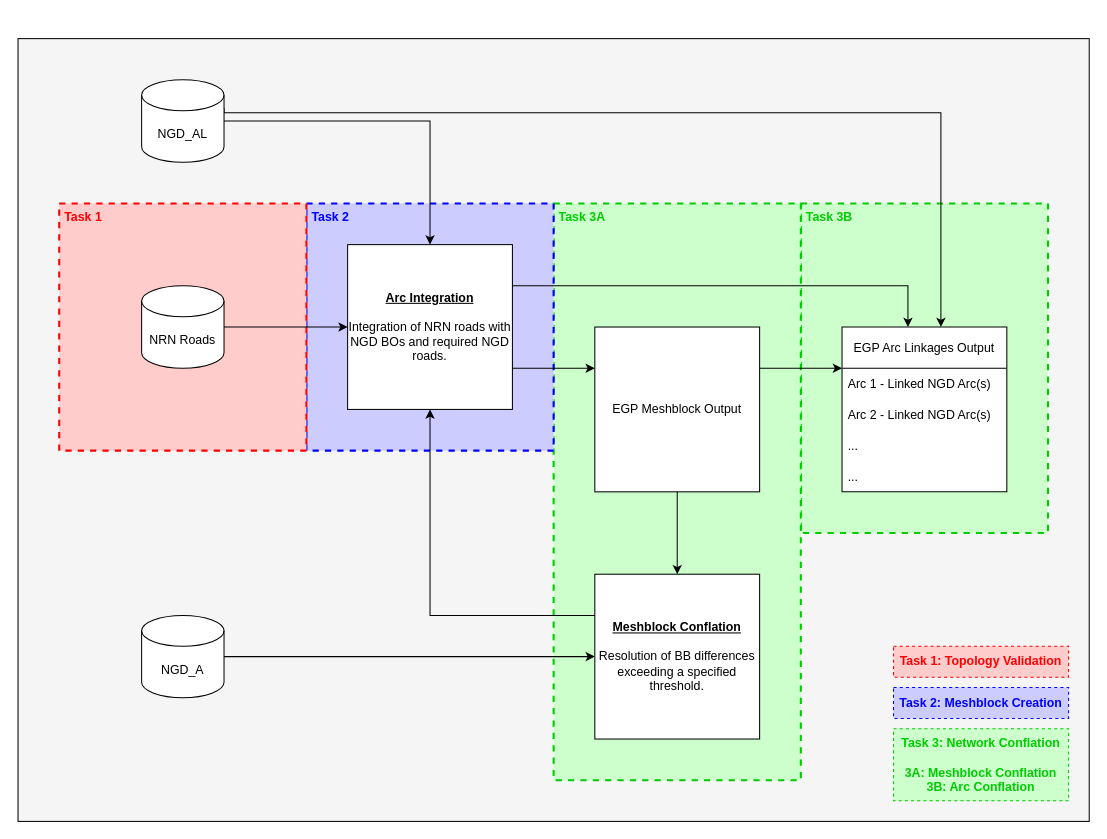
Earlier version of the draw.io diagram docs/source/_static/overview/crn_process_overview.drawio (StatCan/egp-crn). Source tidied: cells renumbered, new cells numbered last; positions are measured from the earlier drawing's top-left corner, leaving out a move shared by most shapes. Both pictures are drawn from the tidied source at 103%, with x=0, y=0 at pixel (18, 38).
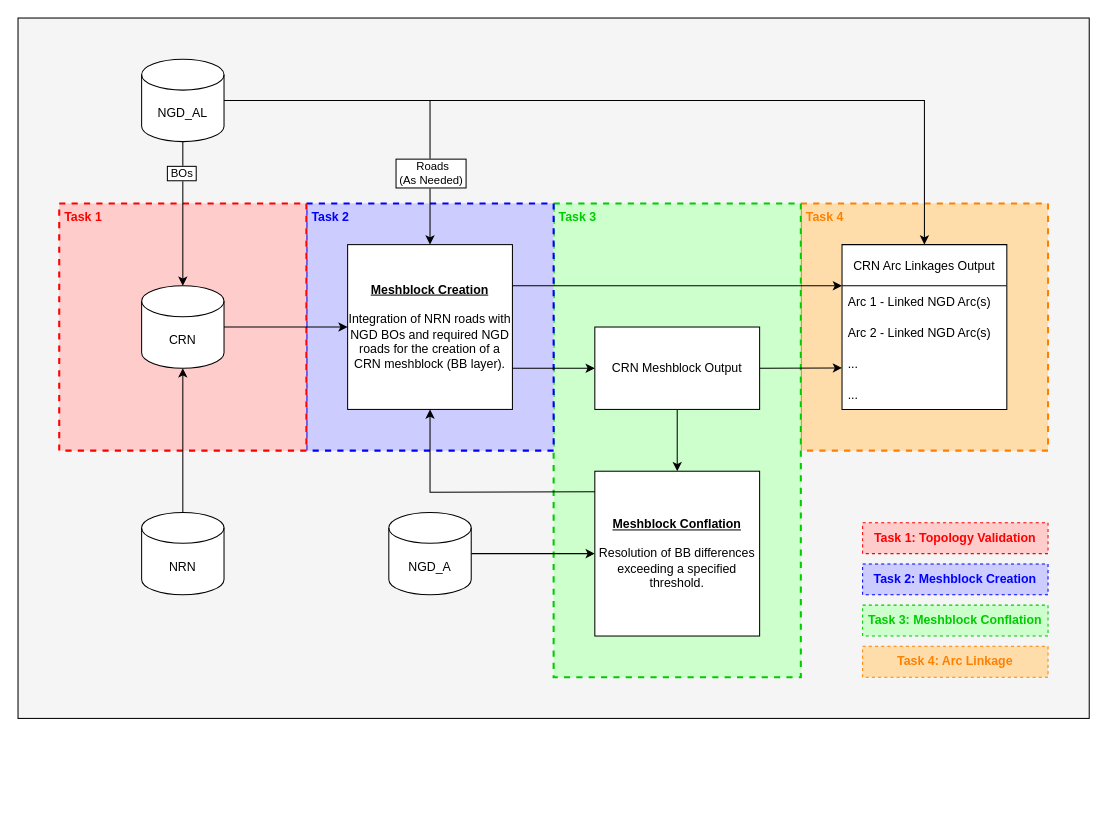
The same diagram, later.

The change refers to these unchanged cells:
```xml
<mxCell id="17" value="Arc 1 - Linked NGD Arc(s)" style="text;strokeColor=none;fillColor=none;align=left;verticalAlign=middle;spacingLeft=4;spacingRight=4;overflow=hidden;points=[[0,0.5],[1,0.5]];portConstraint=eastwest;dashed=1;" parent="16" vertex="1">
  <mxGeometry y="40" width="160" height="30" as="geometry" />
</mxCell>
<mxCell id="19" value="..." style="text;strokeColor=none;fillColor=none;align=left;verticalAlign=middle;spacingLeft=4;spacingRight=4;overflow=hidden;points=[[0,0.5],[1,0.5]];portConstraint=eastwest;dashed=1;" parent="16" vertex="1">
  <mxGeometry y="100" width="160" height="30" as="geometry" />
</mxCell>
```

What changed in the source:
```diff
@@
     <mxCell id="2" style="rounded=0;whiteSpace=wrap;html=1;strokeColor=#000000;strokeWidth=1;fillColor=#F5F5F5;" parent="1" vertex="1">
-      <mxGeometry width="1040" height="760" as="geometry" />
+      <mxGeometry y="-20" width="1040" height="680" as="geometry" />
     </mxCell>
-    <mxCell id="3" value="&amp;nbsp;Task 3B" style="rounded=0;whiteSpace=wrap;html=1;dashed=1;strokeColor=#00CC00;strokeWidth=2;fillColor=#CCFFCC;align=left;verticalAlign=top;fontStyle=1;fontColor=#00CC00;" parent="1" vertex="1">
-      <mxGeometry x="760" y="160" width="240" height="320" as="geometry" />
+    <mxCell id="3" value="&amp;nbsp;Task 4" style="rounded=0;whiteSpace=wrap;html=1;dashed=1;strokeColor=#FF8000;strokeWidth=2;fillColor=#FFDDAA;align=left;verticalAlign=top;fontStyle=1;fontColor=#FF8000;" parent="1" vertex="1">
+      <mxGeometry x="760" y="160" width="240" height="240" as="geometry" />
     </mxCell>
-    <mxCell id="4" value="&amp;nbsp;Task 3A" style="rounded=0;whiteSpace=wrap;html=1;dashed=1;strokeColor=#00CC00;strokeWidth=2;fillColor=#CCFFCC;align=left;verticalAlign=top;fontColor=#00CC00;fontStyle=1;" parent="1" vertex="1">
-      <mxGeometry x="520" y="160" width="240" height="560" as="geometry" />
+    <mxCell id="4" value="&amp;nbsp;Task 3" style="rounded=0;whiteSpace=wrap;html=1;dashed=1;strokeColor=#00CC00;strokeWidth=2;fillColor=#CCFFCC;align=left;verticalAlign=top;fontColor=#00CC00;fontStyle=1;" parent="1" vertex="1">
+      <mxGeometry x="520" y="160" width="240" height="460" as="geometry" />
     </mxCell>
@@
-    <mxCell id="7" value="NRN Roads" style="shape=cylinder3;whiteSpace=wrap;html=1;boundedLbl=1;backgroundOutline=1;size=15;" parent="1" vertex="1">
+    <mxCell id="7" value="CRN" style="shape=cylinder3;whiteSpace=wrap;html=1;boundedLbl=1;backgroundOutline=1;size=15;" parent="1" vertex="1">
       <mxGeometry x="120" y="240" width="80" height="80" as="geometry" />
     </mxCell>
-    <mxCell id="8" style="edgeStyle=orthogonalEdgeStyle;rounded=0;jettySize=auto;html=1;entryX=0.6;entryY=0;entryDx=0;entryDy=0;entryPerimeter=0;exitX=1;exitY=0;exitDx=0;exitDy=27.5;exitPerimeter=0;" parent="1" edge="1" source="29" target="16">
-      <mxGeometry relative="1" as="geometry">
-        <Array as="points">
-          <mxPoint x="200" y="72" />
-          <mxPoint x="896" y="72" />
-        </Array>
-      </mxGeometry>
+    <mxCell id="8" style="edgeStyle=orthogonalEdgeStyle;rounded=0;jettySize=auto;html=1;entryX=0.5;entryY=0;entryDx=0;entryDy=0;exitX=1;exitY=0.5;exitDx=0;exitDy=0;exitPerimeter=0;" parent="1" edge="1" source="29" target="16">
+      <mxGeometry relative="1" as="geometry" />
     </mxCell>
-    <mxCell id="9" style="edgeStyle=orthogonalEdgeStyle;rounded=0;jettySize=auto;html=1;entryX=0;entryY=0.5;entryDx=0;entryDy=0;" parent="1" edge="1" source="10" target="15">
-      <mxGeometry relative="1" as="geometry">
-        <Array as="points">
-          <mxPoint x="450" y="600" />
-          <mxPoint x="450" y="600" />
-        </Array>
-      </mxGeometry>
+    <mxCell id="9" style="edgeStyle=orthogonalEdgeStyle;rounded=0;jettySize=auto;html=1;entryX=0;entryY=0.5;entryDx=0;entryDy=0;exitX=1;exitY=0.5;exitDx=0;exitDy=0;exitPerimeter=0;" parent="1" edge="1" source="10" target="15">
+      <mxGeometry relative="1" as="geometry" />
     </mxCell>
     <mxCell id="10" value="NGD_A" style="shape=cylinder3;whiteSpace=wrap;html=1;boundedLbl=1;backgroundOutline=1;size=15;" parent="1" vertex="1">
-      <mxGeometry x="120" y="560" width="80" height="80" as="geometry" />
+      <mxGeometry x="360" y="460" width="80" height="80" as="geometry" />
     </mxCell>
-    <mxCell id="11" value="&lt;b&gt;&lt;u&gt;Arc Integration&lt;/u&gt;&lt;/b&gt;&lt;br&gt;&lt;br&gt;Integration of NRN roads with NGD BOs and required NGD roads." style="whiteSpace=wrap;html=1;strokeColor=#000000;strokeWidth=1;fillColor=default;" parent="1" vertex="1">
+    <mxCell id="11" value="&lt;b&gt;&lt;u&gt;Meshblock Creation&lt;/u&gt;&lt;/b&gt;&lt;br&gt;&lt;br&gt;Integration of NRN roads with NGD BOs and required NGD roads for the creation of a CRN meshblock (BB layer)." style="whiteSpace=wrap;html=1;strokeColor=#000000;strokeWidth=1;fillColor=default;" parent="1" vertex="1">
       <mxGeometry x="320" y="200" width="160" height="160" as="geometry" />
     </mxCell>
@@
-    <mxCell id="14" value="EGP Meshblock Output" style="whiteSpace=wrap;html=1;strokeColor=#000000;strokeWidth=1;fillColor=default;" parent="1" vertex="1">
-      <mxGeometry x="560" y="280" width="160" height="160" as="geometry" />
+    <mxCell id="14" value="CRN Meshblock Output" style="whiteSpace=wrap;html=1;strokeColor=#000000;strokeWidth=1;fillColor=default;" parent="1" vertex="1">
+      <mxGeometry x="560" y="280" width="160" height="80" as="geometry" />
     </mxCell>
     <mxCell id="15" value="&lt;u&gt;&lt;b&gt;Meshblock Conflation&lt;/b&gt;&lt;/u&gt;&lt;br&gt;&lt;br&gt;Resolution of BB differences exceeding a specified threshold." style="whiteSpace=wrap;html=1;strokeColor=#000000;strokeWidth=1;fillColor=default;" parent="1" vertex="1">
-      <mxGeometry x="560" y="520" width="160" height="160" as="geometry" />
+      <mxGeometry x="560" y="420" width="160" height="160" as="geometry" />
     </mxCell>
-    <mxCell id="16" value="EGP Arc Linkages Output" style="swimlane;fontStyle=0;horizontal=1;startSize=40;strokeColor=#000000;strokeWidth=1;fillColor=default;swimlaneFillColor=#FFFFFF;" parent="1" vertex="1">
-      <mxGeometry x="800" y="280" width="160" height="160" as="geometry" />
+    <mxCell id="16" value="CRN Arc Linkages Output" style="swimlane;fontStyle=0;horizontal=1;startSize=40;strokeColor=#000000;strokeWidth=1;fillColor=default;swimlaneFillColor=#FFFFFF;" parent="1" vertex="1">
+      <mxGeometry x="800" y="200" width="160" height="160" as="geometry" />
     </mxCell>
@@
-    <mxCell id="21" style="endArrow=classic;html=1;rounded=0;entryX=0;entryY=0.25;entryDx=0;entryDy=0;exitX=1;exitY=0.75;exitDx=0;exitDy=0;" parent="1" edge="1" source="11" target="14">
+    <mxCell id="21" style="endArrow=classic;html=1;rounded=0;entryX=0;entryY=0.5;entryDx=0;entryDy=0;exitX=1;exitY=0.75;exitDx=0;exitDy=0;" parent="1" edge="1" source="11" target="14">
       <mxGeometry relative="1" as="geometry" />
     </mxCell>
-    <mxCell id="22" style="endArrow=classic;html=1;rounded=0;exitX=0;exitY=0.25;exitDx=0;exitDy=0;entryX=0.5;entryY=1;entryDx=0;entryDy=0;" parent="1" edge="1" source="15" target="11">
+    <mxCell id="22" style="endArrow=classic;html=1;rounded=0;entryX=0.5;entryY=1;entryDx=0;entryDy=0;edgeStyle=orthogonalEdgeStyle;" parent="1" edge="1" target="11">
       <mxGeometry relative="1" as="geometry">
-        <Array as="points">
-          <mxPoint x="400" y="560" />
-        </Array>
+        <mxPoint x="560" y="440" as="sourcePoint" />
       </mxGeometry>
     </mxCell>
-    <mxCell id="23" style="endArrow=classic;html=1;rounded=0;exitX=1;exitY=0.25;exitDx=0;exitDy=0;entryX=0.4;entryY=0;entryDx=0;entryDy=0;entryPerimeter=0;" parent="1" edge="1" source="11" target="16">
-      <mxGeometry relative="1" as="geometry">
-        <Array as="points">
-          <mxPoint x="864" y="240" />
-        </Array>
-      </mxGeometry>
+    <mxCell id="23" style="endArrow=classic;html=1;rounded=0;exitX=1;exitY=0.25;exitDx=0;exitDy=0;entryX=0;entryY=0;entryDx=0;entryDy=0;entryPerimeter=0;" parent="1" edge="1" source="11" target="17">
+      <mxGeometry relative="1" as="geometry" />
     </mxCell>
-    <mxCell id="24" style="endArrow=classic;html=1;rounded=0;exitX=1;exitY=0.25;exitDx=0;exitDy=0;entryX=0;entryY=0;entryDx=0;entryDy=0;entryPerimeter=0;" parent="1" edge="1" source="14" target="17">
+    <mxCell id="24" style="endArrow=classic;html=1;rounded=0;exitX=1;exitY=0.5;exitDx=0;exitDy=0;entryX=0;entryY=0.656;entryDx=0;entryDy=0;entryPerimeter=0;" parent="1" edge="1" source="14" target="19">
       <mxGeometry relative="1" as="geometry" />
     </mxCell>
-    <mxCell id="25" value="&lt;font color=&quot;#00cc00&quot;&gt;&lt;b&gt;Task 3: Network Conflation&lt;br&gt;&lt;br&gt;&lt;/b&gt;&lt;b&gt;3A: Meshblock Conflation&lt;/b&gt;&lt;b&gt;&lt;br&gt;&lt;/b&gt;&lt;b&gt;3B: Arc Conflation&lt;/b&gt;&lt;/font&gt;&lt;b&gt;&lt;br&gt;&lt;/b&gt;" style="rounded=0;whiteSpace=wrap;html=1;fontColor=#FF0000;strokeColor=#00CC00;strokeWidth=1;fillColor=#CCFFCC;dashed=1;verticalAlign=middle;" parent="1" vertex="1">
-      <mxGeometry x="850" y="670" width="170" height="70" as="geometry" />
+    <mxCell id="25" value="&lt;font color=&quot;#00cc00&quot;&gt;&lt;b&gt;Task 3&lt;/b&gt;&lt;b&gt;: Meshblock Conflation&lt;/b&gt;&lt;/font&gt;&lt;b&gt;&lt;br&gt;&lt;/b&gt;" style="rounded=0;whiteSpace=wrap;html=1;fontColor=#FF0000;strokeColor=#00CC00;strokeWidth=1;fillColor=#CCFFCC;dashed=1;verticalAlign=middle;" parent="1" vertex="1">
+      <mxGeometry x="820" y="550" width="180" height="30" as="geometry" />
     </mxCell>
     <mxCell id="26" value="&lt;b&gt;&lt;font color=&quot;#0000ff&quot;&gt;Task 2: Meshblock Creation&lt;/font&gt;&lt;/b&gt;" style="rounded=0;whiteSpace=wrap;html=1;fontColor=#FF0000;strokeColor=#0000FF;strokeWidth=1;fillColor=#CCCCFF;dashed=1;verticalAlign=middle;" parent="1" vertex="1">
-      <mxGeometry x="850" y="630" width="170" height="30" as="geometry" />
+      <mxGeometry x="820" y="510" width="180" height="30" as="geometry" />
     </mxCell>
     <mxCell id="27" value="&lt;b&gt;Task 1: Topology Validation&lt;/b&gt;" style="rounded=0;whiteSpace=wrap;html=1;fontColor=#FF0000;strokeColor=#FF0000;strokeWidth=1;fillColor=#FFCCCC;dashed=1;verticalAlign=middle;" parent="1" vertex="1">
-      <mxGeometry x="850" y="590" width="170" height="30" as="geometry" />
+      <mxGeometry x="820" y="470" width="180" height="30" as="geometry" />
     </mxCell>
-    <mxCell id="28" style="edgeStyle=orthogonalEdgeStyle;rounded=0;jettySize=auto;html=1;" parent="1" edge="1" source="29" target="11">
+    <mxCell id="28" style="edgeStyle=orthogonalEdgeStyle;rounded=0;jettySize=auto;html=1;entryX=0.5;entryY=0;entryDx=0;entryDy=0;entryPerimeter=0;" parent="1" edge="1" source="29" target="7">
       <mxGeometry relative="1" as="geometry" />
     </mxCell>
+    <mxCell id="30" value="&lt;font color=&quot;#000000&quot;&gt;&amp;nbsp;BOs&amp;nbsp;&lt;/font&gt;" style="edgeLabel;html=1;align=center;verticalAlign=middle;fontColor=#FF8000;labelBorderColor=default;spacing=2;spacingBottom=0;spacingLeft=0;spacingRight=0;" parent="28" vertex="1">
+      <mxGeometry x="-0.25" y="-2" relative="1" as="geometry">
+        <mxPoint y="-23" as="offset" />
+      </mxGeometry>
+    </mxCell>
+    <mxCell id="31" style="edgeStyle=orthogonalEdgeStyle;rounded=0;jettySize=auto;html=1;entryX=0.5;entryY=0;entryDx=0;entryDy=0;fontColor=#000000;startArrow=none;startFill=0;endArrow=classic;endFill=1;" parent="1" edge="1" source="29" target="11">
+      <mxGeometry relative="1" as="geometry" />
+    </mxCell>
+    <mxCell id="32" value="&amp;nbsp;Roads &lt;br&gt;&amp;nbsp;(As Needed)&amp;nbsp;" style="edgeLabel;html=1;align=center;verticalAlign=middle;fontColor=#000000;labelBorderColor=default;fontStyle=0;" parent="31" vertex="1">
+      <mxGeometry x="0.6" y="1" relative="1" as="geometry">
+        <mxPoint x="-1" y="-2" as="offset" />
+      </mxGeometry>
+    </mxCell>
     <mxCell id="29" value="NGD_AL" style="shape=cylinder3;whiteSpace=wrap;html=1;boundedLbl=1;backgroundOutline=1;size=15;" parent="1" vertex="1">
-      <mxGeometry x="120" y="40" width="80" height="80" as="geometry" />
+      <mxGeometry x="120" y="20" width="80" height="80" as="geometry" />
     </mxCell>
+    <mxCell id="33" value="&lt;b&gt;&lt;font&gt;Task 4: Arc Linkage&lt;/font&gt;&lt;br&gt;&lt;/b&gt;" style="rounded=0;whiteSpace=wrap;html=1;fontColor=#FF8000;strokeColor=#FF8000;strokeWidth=1;fillColor=#FFDDAA;dashed=1;verticalAlign=middle;" parent="1" vertex="1">
+      <mxGeometry x="820" y="590" width="180" height="30" as="geometry" />
+    </mxCell>
+    <mxCell id="34" style="edgeStyle=orthogonalEdgeStyle;rounded=0;jettySize=auto;html=1;fontColor=#000000;startArrow=none;startFill=0;endArrow=classic;endFill=1;" parent="1" edge="1" source="35" target="7">
+      <mxGeometry relative="1" as="geometry" />
+    </mxCell>
+    <mxCell id="35" value="NRN" style="shape=cylinder3;whiteSpace=wrap;html=1;boundedLbl=1;backgroundOutline=1;size=15;" parent="1" vertex="1">
+      <mxGeometry x="120" y="460" width="80" height="80" as="geometry" />
+    </mxCell>
```
